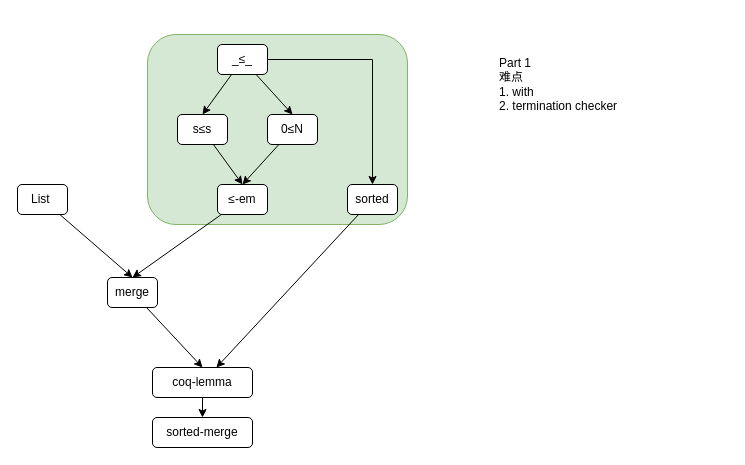
lengyijun/MergeSort keeps this draw.io diagram as slide/part1.drawio. Above is the earlier version. Source tidied: cells renumbered, new cells numbered last; positions are measured from the earlier drawing's top-left corner, leaving out a move shared by most shapes. Both pictures are drawn from the tidied source at 100%, with x=0, y=0 at pixel (17, 34).
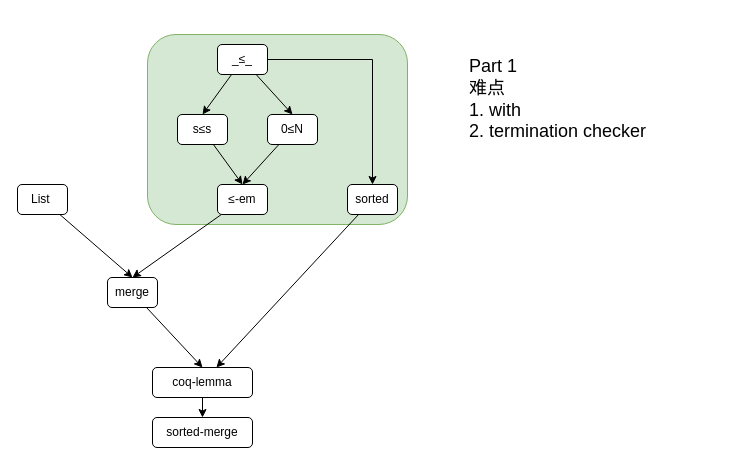
The same page after the edit.

The edit, as a diff of the source:
```diff
@@
-    <mxCell id="21" value="Part 1&lt;br&gt;难点&lt;br&gt;1. with&lt;br&gt;2. termination checker" style="text;html=1;strokeColor=none;fillColor=none;align=left;verticalAlign=middle;whiteSpace=wrap;rounded=0;" parent="1" vertex="1">
-      <mxGeometry x="480" y="10" width="160" height="80" as="geometry" />
+    <mxCell id="21" value="Part 1&lt;br style=&quot;font-size: 18px;&quot;&gt;难点&lt;br style=&quot;font-size: 18px;&quot;&gt;1. with&lt;br style=&quot;font-size: 18px;&quot;&gt;2. termination checker" style="text;html=1;strokeColor=none;fillColor=none;align=left;verticalAlign=middle;whiteSpace=wrap;rounded=0;fontSize=18;" parent="1" vertex="1">
+      <mxGeometry x="450" y="-17" width="260" height="163" as="geometry" />
     </mxCell>
```
